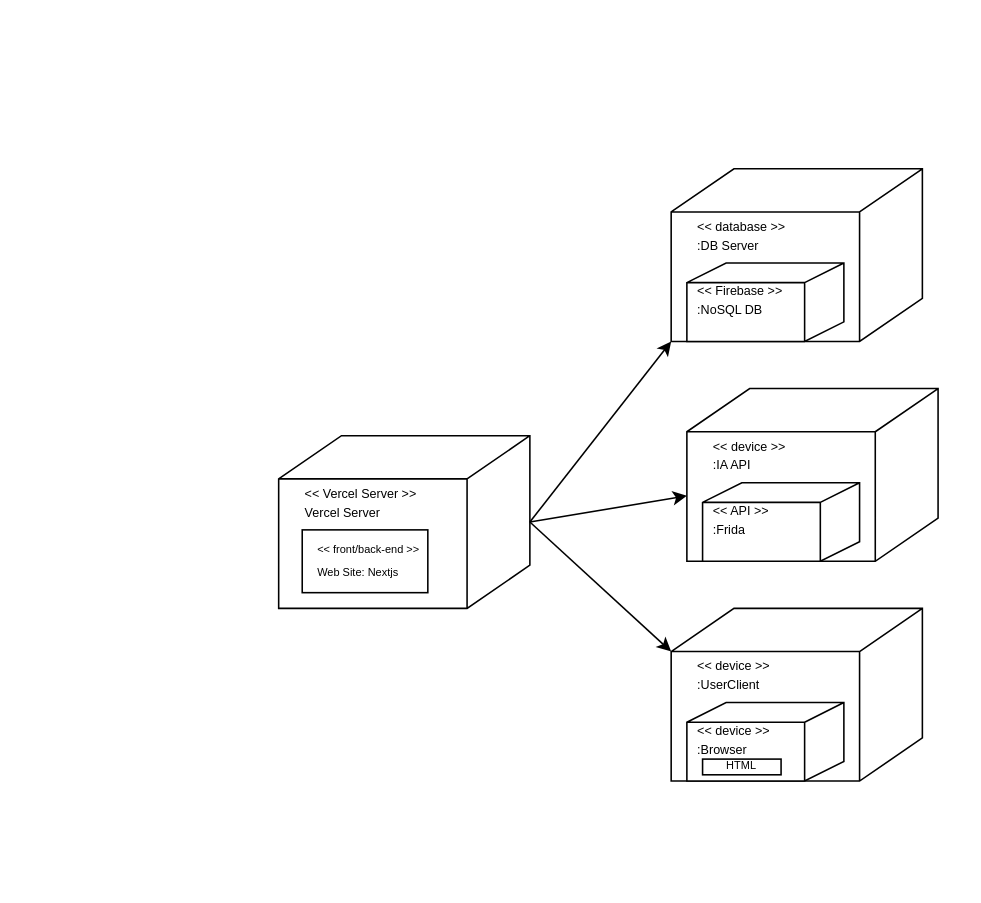
The draw.io diagram diagrams/deploy_diagram.drawio in Apantli/Tenor, before the edit. Source tidied: cells renumbered, new cells numbered last; positions are measured from the earlier drawing's top-left corner, leaving out a move shared by most shapes. Both pictures are drawn from the tidied source at 157%, with x=0, y=0 at pixel (278, 168).
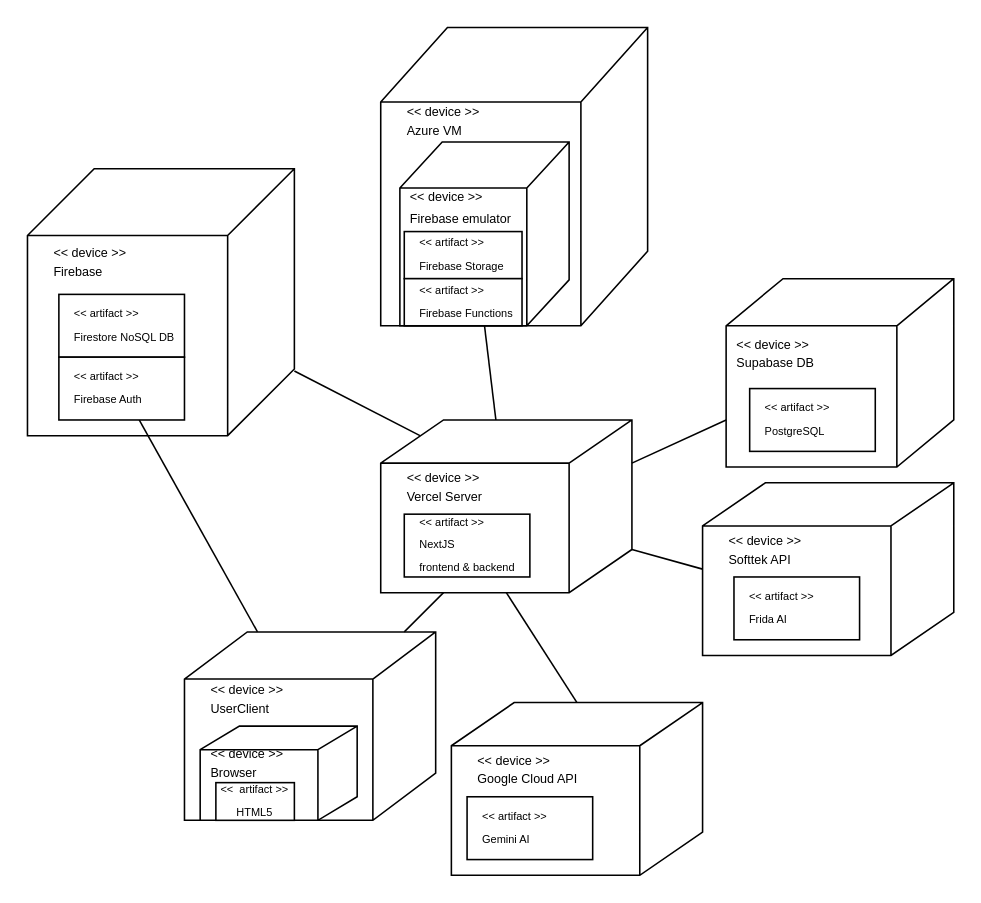
The same page after the edit.

Diff of the diagram source:
```diff
@@
+    <mxCell id="18" style="group;" parent="1" vertex="1">
+      <mxGeometry x="-60" y="-20" width="490" height="470" as="geometry" />
+    </mxCell>
-    <mxCell id="2" style="group;" parent="1" vertex="1">
-      <mxGeometry x="250" y="280" width="160" height="140" as="geometry" />
+    <mxCell id="2" style="group;" parent="18" vertex="1">
+      <mxGeometry y="315" width="160" height="140" as="geometry" />
     </mxCell>
-    <mxCell id="3" value="&lt;div style=&quot;line-height: 100%;&quot;&gt;&lt;font style=&quot;font-size: 8px; line-height: 100%;&quot;&gt;&amp;lt;&amp;lt; device &amp;gt;&amp;gt;&lt;/font&gt;&lt;div&gt;&lt;font style=&quot;font-size: 8px; line-height: 100%;&quot;&gt;:UserClient&lt;/font&gt;&lt;/div&gt;&lt;/div&gt;" style="html=1;outlineConnect=0;whiteSpace=wrap;fillColor=#FFFFFF;shape=mxgraph.archimate3.node;align=left;verticalAlign=top;spacingTop=23;spacing=2;spacingLeft=15;" parent="2" vertex="1">
-      <mxGeometry width="160" height="110" as="geometry" />
+    <mxCell id="3" value="&lt;div style=&quot;line-height: 100%;&quot;&gt;&lt;font style=&quot;font-size: 8px; line-height: 100%;&quot;&gt;&amp;lt;&amp;lt; device &amp;gt;&amp;gt;&lt;/font&gt;&lt;div&gt;&lt;font style=&quot;font-size: 8px; line-height: 100%;&quot;&gt;UserClient&lt;/font&gt;&lt;/div&gt;&lt;/div&gt;" style="html=1;outlineConnect=0;whiteSpace=wrap;fillColor=#FFFFFF;shape=mxgraph.archimate3.node;align=left;verticalAlign=top;spacingTop=23;spacing=2;spacingLeft=15;" parent="2" vertex="1">
+      <mxGeometry width="160" height="120" as="geometry" />
     </mxCell>
-    <mxCell id="4" value="&lt;div style=&quot;line-height: 100%;&quot;&gt;&lt;font style=&quot;font-size: 8px; line-height: 100%;&quot;&gt;&amp;lt;&amp;lt; device &amp;gt;&amp;gt;&lt;/font&gt;&lt;div&gt;&lt;font style=&quot;font-size: 8px; line-height: 100%;&quot;&gt;:Browser&lt;/font&gt;&lt;/div&gt;&lt;/div&gt;" style="html=1;whiteSpace=wrap;fillColor=#FFFFFF;shape=mxgraph.archimate3.node;align=left;verticalAlign=top;spacingTop=4;spacing=2;spacingLeft=5;" parent="2" vertex="1">
-      <mxGeometry x="10" y="60" width="100" height="50" as="geometry" />
+    <mxCell id="4" value="&lt;div style=&quot;line-height: 100%;&quot;&gt;&lt;font style=&quot;font-size: 8px; line-height: 100%;&quot;&gt;&amp;lt;&amp;lt; device &amp;gt;&amp;gt;&lt;/font&gt;&lt;div&gt;&lt;font style=&quot;font-size: 8px; line-height: 100%;&quot;&gt;Browser&lt;/font&gt;&lt;/div&gt;&lt;/div&gt;" style="html=1;whiteSpace=wrap;fillColor=#FFFFFF;shape=mxgraph.archimate3.node;align=left;verticalAlign=top;spacingTop=4;spacing=2;spacingLeft=5;" parent="2" vertex="1">
+      <mxGeometry x="10" y="60" width="100" height="60" as="geometry" />
     </mxCell>
-    <mxCell id="5" value="&lt;font style=&quot;font-size: 7px;&quot;&gt;HTML&lt;/font&gt;" style="html=1;dashed=0;whiteSpace=wrap;align=center;verticalAlign=middle;spacingBottom=5;" parent="2" vertex="1">
-      <mxGeometry x="20" y="96" width="50" height="10" as="geometry" />
+    <mxCell id="5" value="&lt;div&gt;&lt;font style=&quot;font-size: 7px;&quot;&gt;&amp;lt;&amp;lt; &amp;nbsp;artifact &amp;gt;&amp;gt;&lt;/font&gt;&lt;/div&gt;&lt;font style=&quot;font-size: 7px;&quot;&gt;HTML5&lt;/font&gt;" style="html=1;dashed=0;whiteSpace=wrap;align=center;verticalAlign=middle;spacingBottom=5;" parent="2" vertex="1">
+      <mxGeometry x="20" y="96" width="50" height="24" as="geometry" />
     </mxCell>
-    <mxCell id="6" style="group;" parent="1" vertex="1">
-      <mxGeometry x="250" width="160" height="110" as="geometry" />
-    </mxCell>
-    <mxCell id="7" value="&lt;div style=&quot;line-height: 100%;&quot;&gt;&lt;font style=&quot;font-size: 8px; line-height: 100%;&quot;&gt;&amp;lt;&amp;lt; database &amp;gt;&amp;gt;&lt;/font&gt;&lt;div&gt;&lt;font style=&quot;font-size: 8px; line-height: 100%;&quot;&gt;:DB Server&lt;/font&gt;&lt;/div&gt;&lt;/div&gt;" style="html=1;outlineConnect=0;whiteSpace=wrap;fillColor=#FFFFFF;shape=mxgraph.archimate3.node;align=left;verticalAlign=top;spacingTop=23;spacing=2;spacingLeft=15;" parent="6" vertex="1">
-      <mxGeometry width="160" height="110" as="geometry" />
-    </mxCell>
-    <mxCell id="8" value="&lt;div style=&quot;line-height: 100%;&quot;&gt;&lt;font style=&quot;font-size: 8px; line-height: 100%;&quot;&gt;&amp;lt;&amp;lt; Firebase &amp;gt;&amp;gt;&lt;/font&gt;&lt;div&gt;&lt;font style=&quot;font-size: 8px; line-height: 100%;&quot;&gt;:NoSQL DB&lt;/font&gt;&lt;/div&gt;&lt;/div&gt;" style="html=1;outlineConnect=0;whiteSpace=wrap;fillColor=#FFFFFF;shape=mxgraph.archimate3.node;align=left;verticalAlign=top;spacingTop=4;spacing=2;spacingLeft=5;" parent="6" vertex="1">
-      <mxGeometry x="10" y="60" width="100" height="50" as="geometry" />
-    </mxCell>
-    <mxCell id="9" style="group;" parent="1" vertex="1">
-      <mxGeometry x="260" y="140" width="160" height="110" as="geometry" />
+    <mxCell id="9" style="group;" parent="18" vertex="1">
+      <mxGeometry x="330" y="220" width="160" height="110" as="geometry" />
     </mxCell>
-    <mxCell id="10" value="&lt;div style=&quot;line-height: 100%;&quot;&gt;&lt;font style=&quot;font-size: 8px; line-height: 100%;&quot;&gt;&amp;lt;&amp;lt; device &amp;gt;&amp;gt;&lt;/font&gt;&lt;div&gt;&lt;font style=&quot;font-size: 8px; line-height: 100%;&quot;&gt;:IA API&lt;/font&gt;&lt;/div&gt;&lt;/div&gt;" style="html=1;outlineConnect=0;whiteSpace=wrap;fillColor=#FFFFFF;shape=mxgraph.archimate3.node;align=left;verticalAlign=top;spacingTop=23;spacing=2;spacingLeft=15;" parent="9" vertex="1">
+    <mxCell id="10" value="&lt;div style=&quot;line-height: 100%;&quot;&gt;&lt;font style=&quot;font-size: 8px; line-height: 100%;&quot;&gt;&amp;lt;&amp;lt; device &amp;gt;&amp;gt;&lt;/font&gt;&lt;div&gt;&lt;font style=&quot;font-size: 8px; line-height: 100%;&quot;&gt;Softtek API&lt;/font&gt;&lt;/div&gt;&lt;/div&gt;" style="html=1;outlineConnect=0;whiteSpace=wrap;fillColor=#FFFFFF;shape=mxgraph.archimate3.node;align=left;verticalAlign=top;spacingTop=23;spacing=2;spacingLeft=15;" parent="9" vertex="1">
       <mxGeometry width="160" height="110" as="geometry" />
     </mxCell>
-    <mxCell id="11" value="&lt;div style=&quot;line-height: 100%;&quot;&gt;&lt;font style=&quot;font-size: 8px; line-height: 100%;&quot;&gt;&amp;lt;&amp;lt; API &amp;gt;&amp;gt;&lt;/font&gt;&lt;div&gt;&lt;font style=&quot;font-size: 8px; line-height: 100%;&quot;&gt;:Frida&lt;/font&gt;&lt;/div&gt;&lt;/div&gt;" style="html=1;whiteSpace=wrap;fillColor=#FFFFFF;shape=mxgraph.archimate3.node;align=left;verticalAlign=top;spacingTop=4;spacing=2;spacingLeft=5;" parent="9" vertex="1">
-      <mxGeometry x="10" y="60" width="100" height="50" as="geometry" />
-    </mxCell>
+    <mxCell id="19" value="&lt;font style=&quot;font-size: 7px;&quot;&gt;&amp;lt;&amp;lt; artifact &amp;gt;&amp;gt;&lt;/font&gt;&lt;div&gt;&lt;span style=&quot;font-size: 7px;&quot;&gt;Frida AI&lt;/span&gt;&lt;/div&gt;" style="html=1;dashed=0;whiteSpace=wrap;spacingLeft=8;align=left;spacingTop=-4;" parent="9" vertex="1">
+      <mxGeometry x="20" y="60" width="80" height="40" as="geometry" />
+    </mxCell>
-    <mxCell id="12" style="group;" parent="1" vertex="1">
-      <mxGeometry y="170" width="160" height="110" as="geometry" />
+    <mxCell id="12" style="group;" parent="18" vertex="1">
+      <mxGeometry x="125" y="180" width="160" height="110" as="geometry" />
     </mxCell>
-    <mxCell id="13" value="&lt;div style=&quot;line-height: 100%;&quot;&gt;&lt;font style=&quot;font-size: 8px; line-height: 100%;&quot;&gt;&amp;lt;&amp;lt; Vercel Server &amp;gt;&amp;gt;&lt;br&gt;Vercel Server&lt;/font&gt;&lt;/div&gt;" style="html=1;outlineConnect=0;whiteSpace=wrap;fillColor=#FFFFFF;shape=mxgraph.archimate3.node;align=left;verticalAlign=top;spacingTop=23;spacing=2;spacingLeft=15;" parent="12" vertex="1">
+    <mxCell id="13" value="&lt;div style=&quot;line-height: 100%;&quot;&gt;&lt;font style=&quot;font-size: 8px; line-height: 100%;&quot;&gt;&amp;lt;&amp;lt; device &amp;gt;&amp;gt;&lt;br&gt;Vercel Server&lt;/font&gt;&lt;/div&gt;" style="html=1;outlineConnect=0;whiteSpace=wrap;fillColor=#FFFFFF;shape=mxgraph.archimate3.node;align=left;verticalAlign=top;spacingTop=23;spacing=2;spacingLeft=15;" parent="12" vertex="1">
       <mxGeometry width="160" height="110" as="geometry" />
     </mxCell>
-    <mxCell id="14" value="&lt;font style=&quot;font-size: 7px;&quot;&gt;&amp;lt;&amp;lt; front/back-end &amp;gt;&amp;gt;&lt;/font&gt;&lt;div&gt;&lt;span style=&quot;font-size: 7px;&quot;&gt;Web Site: Nextjs&lt;/span&gt;&lt;/div&gt;" style="html=1;dashed=0;whiteSpace=wrap;spacingLeft=8;align=left;spacingTop=-4;" parent="12" vertex="1">
+    <mxCell id="14" value="&lt;font style=&quot;font-size: 7px;&quot;&gt;&amp;lt;&amp;lt; artifact &amp;gt;&amp;gt;&lt;/font&gt;&lt;div&gt;&lt;span style=&quot;font-size: 7px;&quot;&gt;NextJS&amp;nbsp;&lt;/span&gt;&lt;/div&gt;&lt;div&gt;&lt;span style=&quot;font-size: 7px;&quot;&gt;frontend &amp;amp; backend&lt;/span&gt;&lt;/div&gt;" style="html=1;dashed=0;whiteSpace=wrap;spacingLeft=8;align=left;spacingTop=-4;" parent="12" vertex="1">
       <mxGeometry x="15" y="60" width="80" height="40" as="geometry" />
     </mxCell>
-    <mxCell id="15" style="edgeStyle=none;rounded=0;jettySize=auto;html=1;exitX=1;exitY=0.5;exitDx=0;exitDy=0;exitPerimeter=0;entryX=0;entryY=1;entryDx=0;entryDy=0;entryPerimeter=0;" parent="1" edge="1" source="13" target="7">
-      <mxGeometry relative="1" as="geometry" />
-    </mxCell>
+    <mxCell id="20" style="group;" parent="18" vertex="1">
+      <mxGeometry x="170" y="360" width="160" height="110" as="geometry" />
+    </mxCell>
+    <mxCell id="21" value="&lt;div style=&quot;line-height: 100%;&quot;&gt;&lt;font style=&quot;font-size: 8px; line-height: 100%;&quot;&gt;&amp;lt;&amp;lt; device &amp;gt;&amp;gt;&lt;/font&gt;&lt;div&gt;&lt;span style=&quot;font-size: 8px;&quot;&gt;Google Cloud API&lt;/span&gt;&lt;/div&gt;&lt;/div&gt;" style="html=1;outlineConnect=0;whiteSpace=wrap;fillColor=#FFFFFF;shape=mxgraph.archimate3.node;align=left;verticalAlign=top;spacingTop=23;spacing=2;spacingLeft=15;" parent="20" vertex="1">
+      <mxGeometry width="160" height="110" as="geometry" />
+    </mxCell>
+    <mxCell id="22" value="&lt;font style=&quot;font-size: 7px;&quot;&gt;&amp;lt;&amp;lt; artifact &amp;gt;&amp;gt;&lt;/font&gt;&lt;div&gt;&lt;span style=&quot;font-size: 7px;&quot;&gt;Gemini AI&lt;/span&gt;&lt;/div&gt;" style="html=1;dashed=0;whiteSpace=wrap;spacingLeft=8;align=left;spacingTop=-4;" parent="20" vertex="1">
+      <mxGeometry x="10" y="60" width="80" height="40" as="geometry" />
+    </mxCell>
+    <mxCell id="17" style="edgeStyle=none;rounded=0;jettySize=auto;html=1;exitX=0.25;exitY=1;exitDx=0;exitDy=0;exitPerimeter=0;endArrow=none;startFill=0;" parent="18" edge="1" source="13" target="3">
+      <mxGeometry relative="1" as="geometry" />
+    </mxCell>
+    <mxCell id="23" style="edgeStyle=none;rounded=0;jettySize=auto;html=1;exitX=0.5;exitY=1;exitDx=0;exitDy=0;exitPerimeter=0;entryX=0.5;entryY=0;entryDx=0;entryDy=0;entryPerimeter=0;endArrow=none;startFill=0;" parent="18" edge="1" source="13" target="21">
+      <mxGeometry relative="1" as="geometry" />
+    </mxCell>
-    <mxCell id="16" style="edgeStyle=none;rounded=0;jettySize=auto;html=1;exitX=1;exitY=0.5;exitDx=0;exitDy=0;exitPerimeter=0;" parent="1" edge="1" source="13" target="10">
+    <mxCell id="16" style="edgeStyle=none;rounded=0;jettySize=auto;html=1;exitX=1;exitY=0.75;exitDx=0;exitDy=0;exitPerimeter=0;entryX=0;entryY=0.5;entryDx=0;entryDy=0;entryPerimeter=0;endArrow=none;startFill=0;" parent="18" edge="1" source="13" target="10">
       <mxGeometry relative="1" as="geometry" />
     </mxCell>
-    <mxCell id="17" style="edgeStyle=none;rounded=0;jettySize=auto;html=1;exitX=1;exitY=0.5;exitDx=0;exitDy=0;exitPerimeter=0;entryX=0;entryY=0.25;entryDx=0;entryDy=0;entryPerimeter=0;" parent="1" edge="1" source="13" target="3">
-      <mxGeometry relative="1" as="geometry" />
-    </mxCell>
+    <mxCell id="24" value="&lt;div style=&quot;line-height: 100%;&quot;&gt;&lt;font style=&quot;font-size: 8px; line-height: 100%;&quot;&gt;&lt;br&gt;&lt;/font&gt;&lt;/div&gt;&lt;div style=&quot;line-height: 100%;&quot;&gt;&lt;font style=&quot;font-size: 8px; line-height: 100%;&quot;&gt;&lt;br&gt;&lt;/font&gt;&lt;/div&gt;&lt;div style=&quot;line-height: 100%;&quot;&gt;&lt;font style=&quot;font-size: 8px; line-height: 100%;&quot;&gt;&amp;lt;&amp;lt; device &amp;gt;&amp;gt;&lt;/font&gt;&lt;div&gt;&lt;span style=&quot;font-size: 8px;&quot;&gt;Supabase DB&lt;/span&gt;&lt;/div&gt;&lt;/div&gt;" style="html=1;outlineConnect=0;whiteSpace=wrap;fillColor=#FFFFFF;shape=mxgraph.archimate3.node;align=left;verticalAlign=top;spacingTop=4;spacing=2;spacingLeft=5;" parent="18" vertex="1">
+      <mxGeometry x="345" y="90" width="145" height="120" as="geometry" />
+    </mxCell>
+    <mxCell id="25" style="edgeStyle=none;rounded=0;jettySize=auto;html=1;exitX=1;exitY=0.25;exitDx=0;exitDy=0;exitPerimeter=0;entryX=0;entryY=0.75;entryDx=0;entryDy=0;entryPerimeter=0;endArrow=none;startFill=0;" parent="18" edge="1" source="13" target="24">
+      <mxGeometry relative="1" as="geometry" />
+    </mxCell>
+    <mxCell id="26" value="&lt;font style=&quot;font-size: 7px;&quot;&gt;&amp;lt;&amp;lt; artifact &amp;gt;&amp;gt;&lt;/font&gt;&lt;div&gt;&lt;span style=&quot;font-size: 7px;&quot;&gt;PostgreSQL&lt;/span&gt;&lt;/div&gt;" style="html=1;dashed=0;whiteSpace=wrap;spacingLeft=8;align=left;spacingTop=-4;" parent="18" vertex="1">
+      <mxGeometry x="360" y="160" width="80" height="40" as="geometry" />
+    </mxCell>
+    <mxCell id="7" value="&lt;div style=&quot;line-height: 100%;&quot;&gt;&lt;font style=&quot;font-size: 26px;&quot;&gt;&amp;nbsp;&lt;/font&gt;&lt;/div&gt;&lt;div style=&quot;line-height: 100%;&quot;&gt;&lt;font style=&quot;font-size: 8px; line-height: 100%;&quot;&gt;&amp;lt;&amp;lt; device &amp;gt;&amp;gt;&lt;/font&gt;&lt;div&gt;&lt;font style=&quot;font-size: 8px; line-height: 100%;&quot;&gt;Azure VM&lt;/font&gt;&lt;/div&gt;&lt;/div&gt;" style="html=1;outlineConnect=0;whiteSpace=wrap;fillColor=#FFFFFF;shape=mxgraph.archimate3.node;align=left;verticalAlign=top;spacingTop=23;spacing=2;spacingLeft=15;" parent="1" vertex="1">
+      <mxGeometry x="65" y="-90" width="170" height="190" as="geometry" />
+    </mxCell>
+    <mxCell id="8" value="&lt;div style=&quot;line-height: 100%;&quot;&gt;&lt;font style=&quot;font-size: 27px;&quot;&gt;&amp;nbsp;&lt;/font&gt;&lt;/div&gt;&lt;div style=&quot;line-height: 100%;&quot;&gt;&lt;span style=&quot;font-size: 8px;&quot;&gt;&amp;lt;&amp;lt; device &amp;gt;&amp;gt;&lt;/span&gt;&lt;br&gt;&lt;/div&gt;&lt;div style=&quot;line-height: 100%;&quot;&gt;&lt;div&gt;&lt;font style=&quot;font-size: 8px; line-height: 100%;&quot;&gt;Firebase emulator&lt;/font&gt;&lt;/div&gt;&lt;div&gt;&lt;br&gt;&lt;/div&gt;&lt;/div&gt;" style="html=1;outlineConnect=0;whiteSpace=wrap;fillColor=#FFFFFF;shape=mxgraph.archimate3.node;align=left;verticalAlign=top;spacingTop=4;spacing=2;spacingLeft=5;" parent="1" vertex="1">
+      <mxGeometry x="77.2" y="-17" width="107.8" height="117" as="geometry" />
+    </mxCell>
+    <mxCell id="27" value="&lt;font style=&quot;font-size: 7px;&quot;&gt;&amp;lt;&amp;lt; artifact &amp;gt;&amp;gt;&lt;/font&gt;&lt;div&gt;&lt;span style=&quot;font-size: 7px;&quot;&gt;Firebase Storage&lt;/span&gt;&lt;/div&gt;" style="html=1;dashed=0;whiteSpace=wrap;spacingLeft=8;align=left;spacingTop=-4;" parent="1" vertex="1">
+      <mxGeometry x="80" y="40" width="75" height="30" as="geometry" />
+    </mxCell>
+    <mxCell id="28" style="rounded=0;jettySize=auto;html=1;exitX=0.5;exitY=1;exitDx=0;exitDy=0;exitPerimeter=0;endArrow=none;startFill=0;" parent="1" edge="1" source="8" target="13">
+      <mxGeometry relative="1" as="geometry" />
+    </mxCell>
+    <mxCell id="29" value="&lt;font style=&quot;font-size: 7px;&quot;&gt;&amp;lt;&amp;lt; artifact &amp;gt;&amp;gt;&lt;/font&gt;&lt;div&gt;&lt;span style=&quot;font-size: 7px;&quot;&gt;Firebase Functions&lt;/span&gt;&lt;/div&gt;" style="html=1;dashed=0;whiteSpace=wrap;spacingLeft=8;align=left;spacingTop=-4;" parent="1" vertex="1">
+      <mxGeometry x="80" y="70" width="75" height="30" as="geometry" />
+    </mxCell>
+    <mxCell id="30" style="rounded=0;jettySize=auto;html=1;endArrow=none;startFill=0;" parent="1" edge="1" source="31">
+      <mxGeometry relative="1" as="geometry">
+        <mxPoint x="90" y="170" as="targetPoint" />
+      </mxGeometry>
+    </mxCell>
+    <mxCell id="31" value="&lt;div style=&quot;line-height: 100%;&quot;&gt;&lt;font style=&quot;font-size: 26px;&quot;&gt;&amp;nbsp;&lt;/font&gt;&lt;/div&gt;&lt;div style=&quot;line-height: 100%;&quot;&gt;&lt;font style=&quot;font-size: 8px; line-height: 100%;&quot;&gt;&amp;lt;&amp;lt; device &amp;gt;&amp;gt;&lt;/font&gt;&lt;div&gt;&lt;font style=&quot;font-size: 8px; line-height: 100%;&quot;&gt;Firebase&lt;/font&gt;&lt;/div&gt;&lt;/div&gt;" style="html=1;outlineConnect=0;whiteSpace=wrap;fillColor=#FFFFFF;shape=mxgraph.archimate3.node;align=left;verticalAlign=top;spacingTop=23;spacing=2;spacingLeft=15;" parent="1" vertex="1">
+      <mxGeometry x="-160" width="170" height="170" as="geometry" />
+    </mxCell>
+    <mxCell id="32" value="&lt;font style=&quot;font-size: 7px;&quot;&gt;&amp;lt;&amp;lt; artifact &amp;gt;&amp;gt;&lt;/font&gt;&lt;div&gt;&lt;span style=&quot;font-size: 7px;&quot;&gt;Firestore NoSQL DB&lt;/span&gt;&lt;/div&gt;" style="html=1;dashed=0;whiteSpace=wrap;spacingLeft=8;align=left;spacingTop=-4;" parent="1" vertex="1">
+      <mxGeometry x="-140" y="80" width="80" height="40" as="geometry" />
+    </mxCell>
+    <mxCell id="33" style="rounded=0;jettySize=auto;html=1;endArrow=none;startFill=0;" parent="1" edge="1" source="34" target="3">
+      <mxGeometry relative="1" as="geometry" />
+    </mxCell>
+    <mxCell id="34" value="&lt;font style=&quot;font-size: 7px;&quot;&gt;&amp;lt;&amp;lt; artifact &amp;gt;&amp;gt;&lt;/font&gt;&lt;div&gt;&lt;span style=&quot;font-size: 7px;&quot;&gt;Firebase Auth&lt;/span&gt;&lt;/div&gt;" style="html=1;dashed=0;whiteSpace=wrap;spacingLeft=8;align=left;spacingTop=-4;" parent="1" vertex="1">
+      <mxGeometry x="-140" y="120" width="80" height="40" as="geometry" />
+    </mxCell>
```
